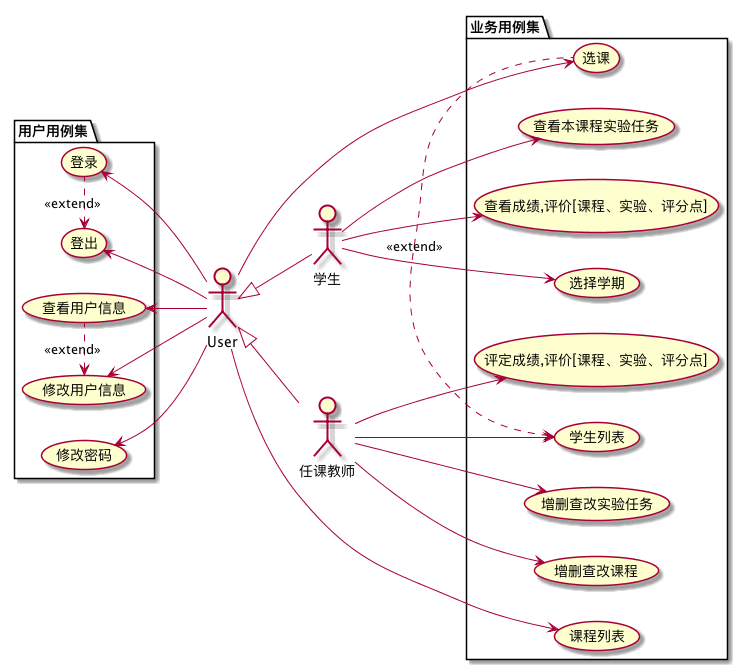
The PlantUML diagram out/test6/用例图/用例图.png in Landy7/is_analysis, before a commit.
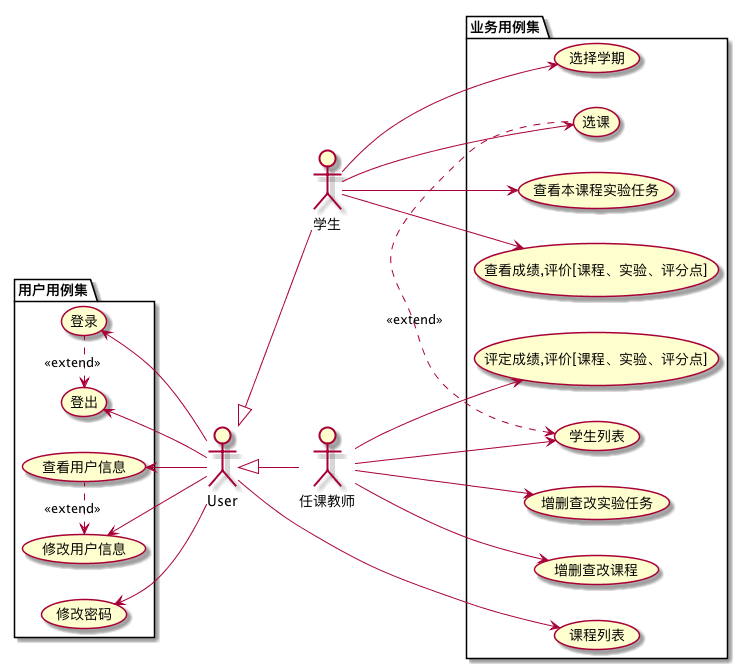
Above is the later version.

Change to the diagram source:
```diff
@@ -30,7 +30,7 @@
     student --> showCourseAssign
     student --> Score
     student --> semester
-    User --> singCourse
+    student --> singCourse
     User --> getClassList
     teacher --> GetStudents
     teacher --> CourseTask
```
